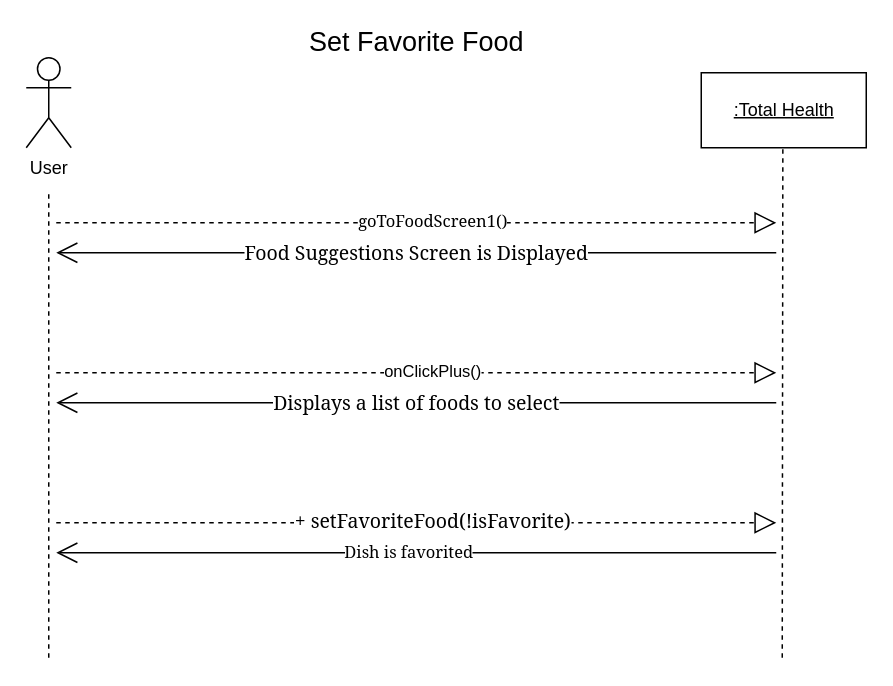
The draw.io diagram SSD - Set Favorite Food.drawio in Esaied19/Team-Albatross, before the edit. Source tidied: cells renumbered, new cells numbered last; positions are measured from the earlier drawing's top-left corner, leaving out a move shared by most shapes. Both pictures are drawn from the tidied source at 150%, with x=0, y=0 at pixel (26, 27).
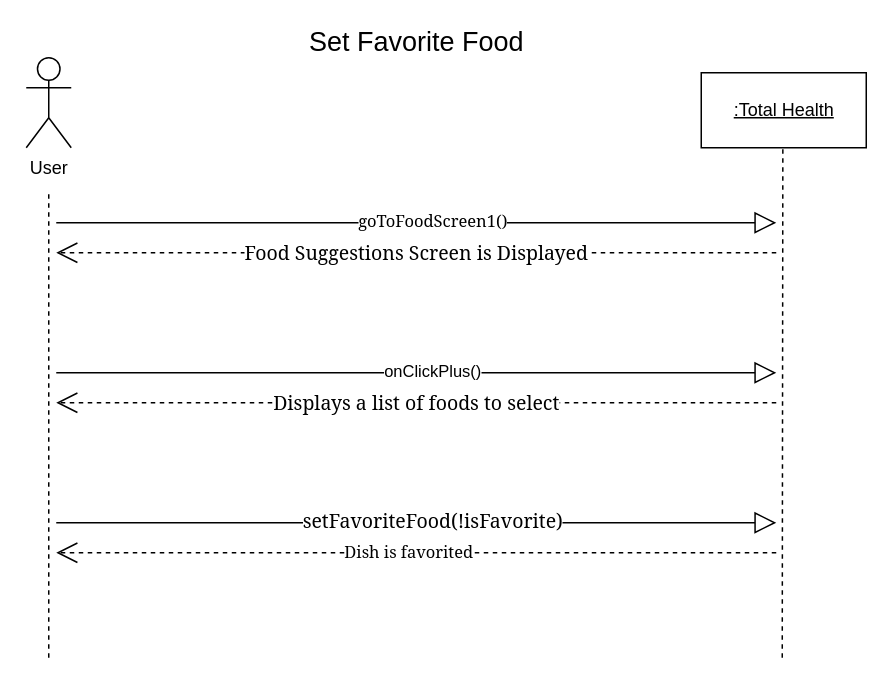
After the change.

The edit, as a diff of the source:
```diff
@@
-    <mxCell id="6" value="&lt;font face=&quot;Georgia&quot;&gt;&lt;br&gt;&lt;span style=&quot;font-size: 13px ; color: rgb(0 , 0 , 0) ; font-weight: normal ; text-decoration: none ; font-style: normal&quot;&gt;Food Suggestions Screen is Displayed&lt;/span&gt;&lt;br&gt;&lt;br&gt;&lt;/font&gt;" style="endArrow=open;endFill=1;endSize=12;html=1;rounded=0;" parent="1" edge="1">
+    <mxCell id="6" value="&lt;font face=&quot;Georgia&quot;&gt;&lt;br&gt;&lt;span style=&quot;font-size: 13px ; color: rgb(0 , 0 , 0) ; font-weight: normal ; text-decoration: none ; font-style: normal&quot;&gt;Food Suggestions Screen is Displayed&lt;/span&gt;&lt;br&gt;&lt;br&gt;&lt;/font&gt;" style="endArrow=open;endFill=1;endSize=12;html=1;rounded=0;dashed=1;" parent="1" edge="1">
       <mxGeometry relative="1" as="geometry">
         <mxPoint x="500" y="150" as="sourcePoint" />
         <mxPoint x="20" y="150" as="targetPoint" />
       </mxGeometry>
     </mxCell>
-    <mxCell id="7" style="endArrow=block;dashed=1;endFill=0;endSize=12;html=1;rounded=0;" parent="1" edge="1">
+    <mxCell id="7" style="endArrow=block;endFill=0;endSize=12;html=1;rounded=0;" parent="1" edge="1">
       <mxGeometry relative="1" as="geometry">
         <mxPoint x="20" y="130" as="sourcePoint" />
         <mxPoint x="500" y="130" as="targetPoint" />
       </mxGeometry>
     </mxCell>
@@
-    <mxCell id="9" style="endArrow=block;dashed=1;endFill=0;endSize=12;html=1;rounded=0;" parent="1" edge="1">
+    <mxCell id="9" style="endArrow=block;endFill=0;endSize=12;html=1;rounded=0;" parent="1" edge="1">
       <mxGeometry relative="1" as="geometry">
         <mxPoint x="20" y="230" as="sourcePoint" />
         <mxPoint x="500" y="230" as="targetPoint" />
       </mxGeometry>
     </mxCell>
@@
-    <mxCell id="11" value="&lt;font face=&quot;Georgia&quot;&gt;&lt;span style=&quot;font-size: 13px ; color: rgb(0 , 0 , 0) ; font-weight: normal ; text-decoration: none ; font-style: normal&quot;&gt;Displays a list of foods to select&lt;/span&gt;&lt;/font&gt;" style="endArrow=open;endFill=1;endSize=12;html=1;rounded=0;" parent="1" edge="1">
+    <mxCell id="11" value="&lt;font face=&quot;Georgia&quot;&gt;&lt;span style=&quot;font-size: 13px ; color: rgb(0 , 0 , 0) ; font-weight: normal ; text-decoration: none ; font-style: normal&quot;&gt;Displays a list of foods to select&lt;/span&gt;&lt;/font&gt;" style="endArrow=open;endFill=1;endSize=12;html=1;rounded=0;dashed=1;" parent="1" edge="1">
       <mxGeometry relative="1" as="geometry">
         <mxPoint x="500" y="250" as="sourcePoint" />
         <mxPoint x="20" y="250" as="targetPoint" />
       </mxGeometry>
     </mxCell>
-    <mxCell id="12" value="&lt;font face=&quot;Georgia&quot;&gt;Dish is favorited&lt;br&gt;&lt;/font&gt;" style="endArrow=open;endFill=1;endSize=12;html=1;rounded=0;" parent="1" edge="1">
+    <mxCell id="12" value="&lt;font face=&quot;Georgia&quot;&gt;Dish is favorited&lt;br&gt;&lt;/font&gt;" style="endArrow=open;endFill=1;endSize=12;html=1;rounded=0;dashed=1;" parent="1" edge="1">
       <mxGeometry x="0.02" relative="1" as="geometry">
         <mxPoint x="500" y="350" as="sourcePoint" />
         <mxPoint x="20" y="350" as="targetPoint" />
       </mxGeometry>
     </mxCell>
-    <mxCell id="13" style="endArrow=block;dashed=1;endFill=0;endSize=12;html=1;rounded=0;" parent="1" edge="1">
+    <mxCell id="13" style="endArrow=block;endFill=0;endSize=12;html=1;rounded=0;" parent="1" edge="1">
       <mxGeometry relative="1" as="geometry">
         <mxPoint x="20" y="330" as="sourcePoint" />
         <mxPoint x="500" y="330" as="targetPoint" />
       </mxGeometry>
     </mxCell>
-    <mxCell id="14" value="&lt;font style=&quot;font-size: 13px&quot; face=&quot;Georgia&quot;&gt;+ setFavoriteFood(!isFavorite)&lt;/font&gt;" style="edgeLabel;html=1;align=center;verticalAlign=middle;" parent="13" vertex="1">
+    <mxCell id="14" value="&lt;font style=&quot;font-size: 13px&quot; face=&quot;Georgia&quot;&gt;setFavoriteFood(!isFavorite)&lt;/font&gt;" style="edgeLabel;html=1;align=center;verticalAlign=middle;" parent="13" vertex="1">
       <mxGeometry x="0.04" y="2" relative="1" as="geometry" />
     </mxCell>
```
